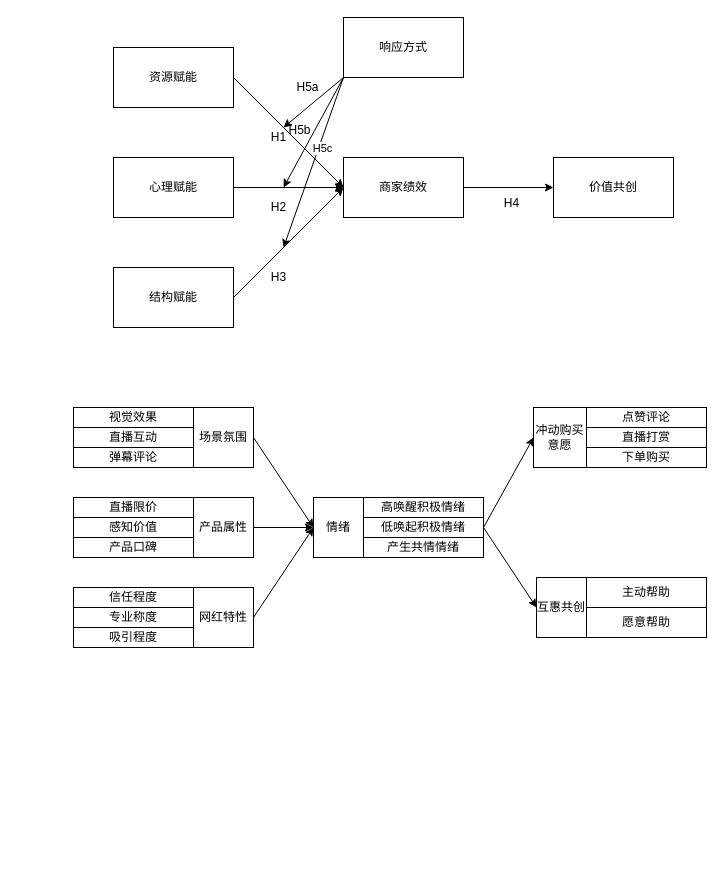
This is Desktop/STUDY/design-strategy.drawio from YyUuZzHhEe/yuzhe, a draw.io file, before an edit. Source tidied: cells renumbered, new cells numbered last; positions are measured from the earlier drawing's top-left corner, leaving out a move shared by most shapes. Both pictures are drawn from the tidied source at 100%, with x=0, y=0 at pixel (73, 17).
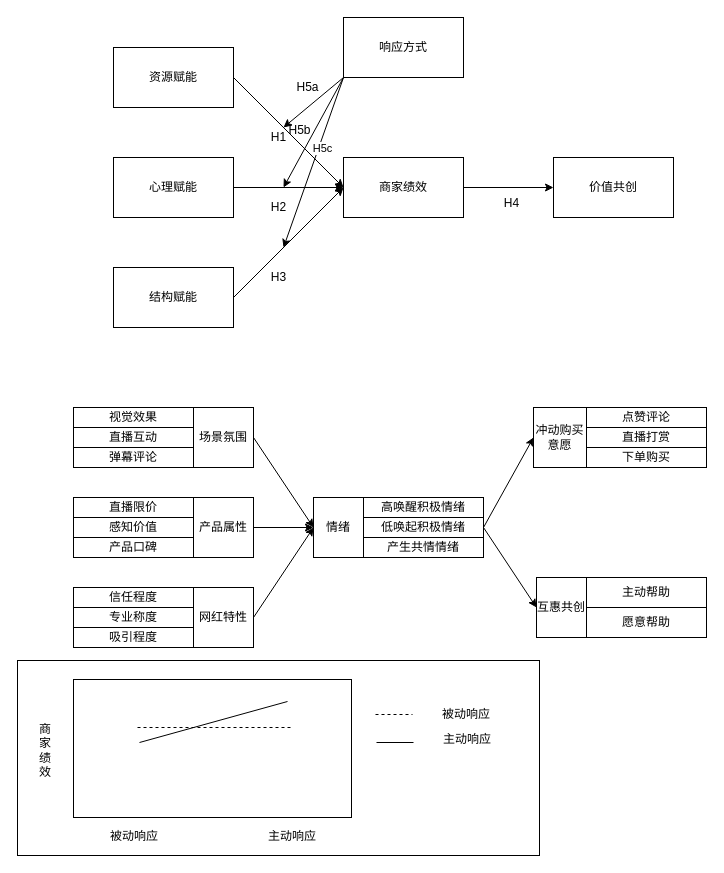
Above is the later version.

What changed in the source:
```diff
@@
+    <mxCell id="50" style="rounded=0;whiteSpace=wrap;html=1;" parent="1" vertex="1">
+      <mxGeometry x="-56" y="643" width="522" height="195" as="geometry" />
+    </mxCell>
+    <mxCell id="51" style="rounded=0;whiteSpace=wrap;html=1;" parent="1" vertex="1">
+      <mxGeometry y="662" width="278" height="138" as="geometry" />
+    </mxCell>
@@
+    <mxCell id="52" value="被动响应" style="rounded=0;whiteSpace=wrap;html=1;strokeColor=none;" parent="1" vertex="1">
+      <mxGeometry x="-7" y="808" width="136" height="22" as="geometry" />
+    </mxCell>
+    <mxCell id="53" value="主动响应" style="rounded=0;whiteSpace=wrap;html=1;strokeColor=none;" parent="1" vertex="1">
+      <mxGeometry x="151" y="808" width="136" height="22" as="geometry" />
+    </mxCell>
+    <mxCell id="54" value="主动响应" style="rounded=0;whiteSpace=wrap;html=1;strokeColor=none;" parent="1" vertex="1">
+      <mxGeometry x="343" y="711" width="102" height="22" as="geometry" />
+    </mxCell>
+    <mxCell id="55" value="被动响应" style="rounded=0;whiteSpace=wrap;html=1;strokeColor=none;" parent="1" vertex="1">
+      <mxGeometry x="341" y="686" width="104" height="22" as="geometry" />
+    </mxCell>
+    <mxCell id="56" value="商家绩效" style="rounded=0;whiteSpace=wrap;html=1;strokeColor=none;" parent="1" vertex="1">
+      <mxGeometry x="-37" y="681" width="18" height="104" as="geometry" />
+    </mxCell>
+    <mxCell id="57" style="endArrow=none;dashed=1;html=1;" parent="1" edge="1">
+      <mxGeometry relative="1" as="geometry">
+        <mxPoint x="302" y="697" as="sourcePoint" />
+        <mxPoint x="339" y="697" as="targetPoint" />
+      </mxGeometry>
+    </mxCell>
+    <mxCell id="58" style="endArrow=none;dashed=1;html=1;" parent="1" edge="1">
+      <mxGeometry relative="1" as="geometry">
+        <mxPoint x="64" y="710" as="sourcePoint" />
+        <mxPoint x="218" y="710" as="targetPoint" />
+      </mxGeometry>
+    </mxCell>
+    <mxCell id="59" style="endArrow=none;html=1;" parent="1" edge="1">
+      <mxGeometry relative="1" as="geometry">
+        <mxPoint x="66" y="725" as="sourcePoint" />
+        <mxPoint x="214" y="684" as="targetPoint" />
+      </mxGeometry>
+    </mxCell>
+    <mxCell id="60" style="endArrow=none;html=1;" parent="1" edge="1">
+      <mxGeometry relative="1" as="geometry">
+        <mxPoint x="303" y="725" as="sourcePoint" />
+        <mxPoint x="340" y="725" as="targetPoint" />
+      </mxGeometry>
+    </mxCell>
```
